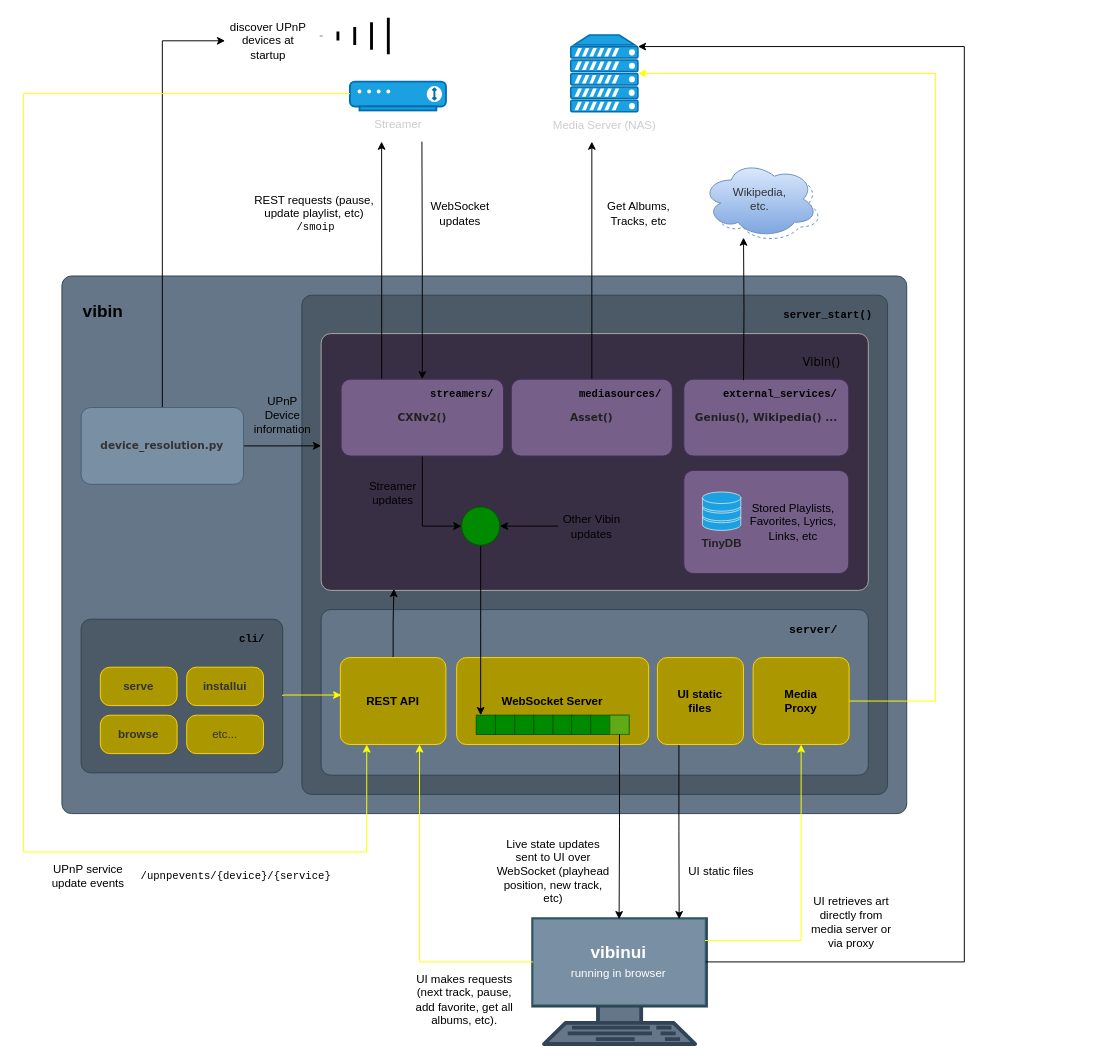
Earlier version of the draw.io diagram media/vibin_architecture.drawio (mjoblin/vibin). Source tidied: cells renumbered, new cells numbered last; positions are measured from the earlier drawing's top-left corner, leaving out a move shared by most shapes. Both pictures are drawn from the tidied source at 96%, with x=0, y=0 at pixel (23, 16).
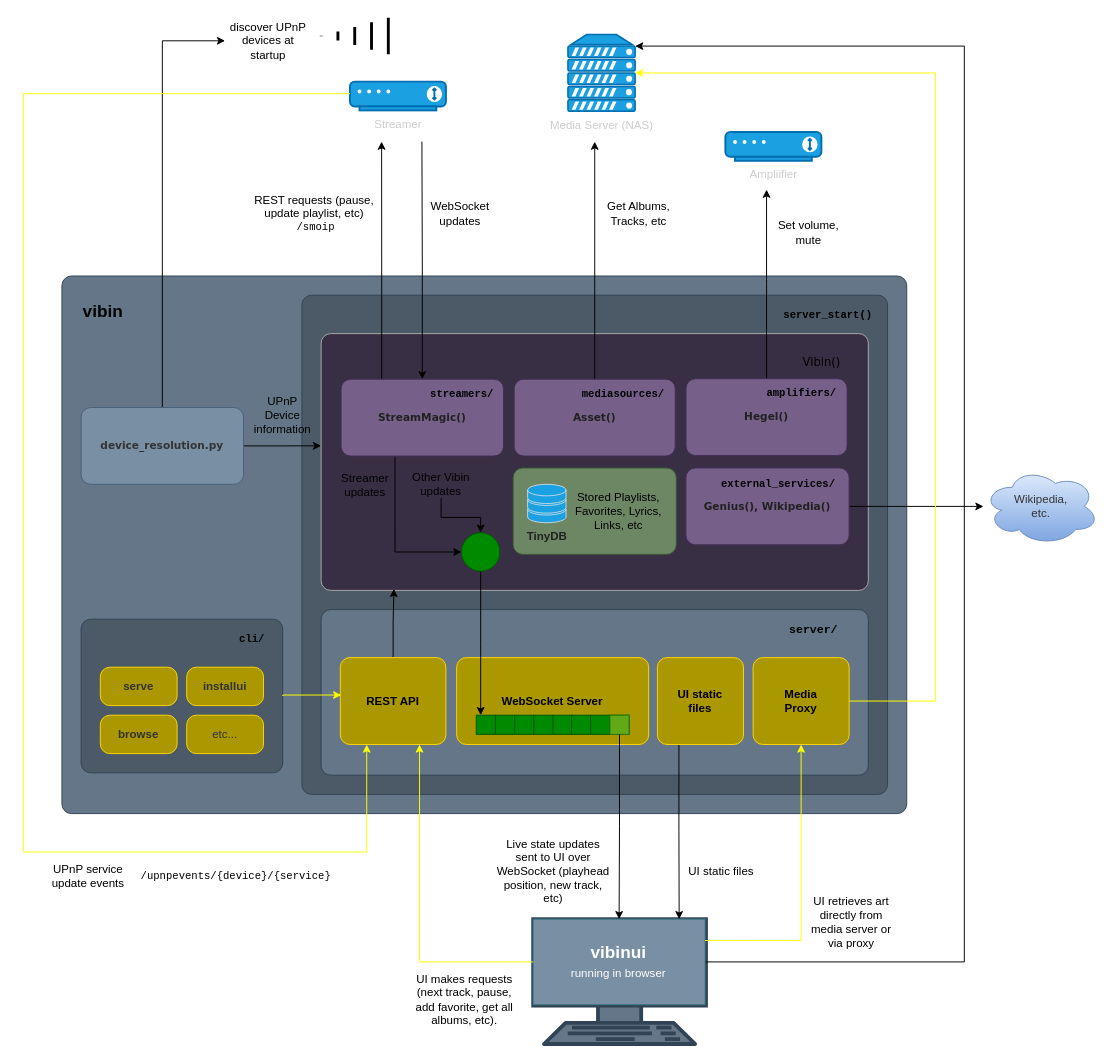
Above is the later version.

What changed in the source:
```diff
@@
-    <mxCell id="5" style="ellipse;shape=cloud;whiteSpace=wrap;html=1;fillColor=none;strokeColor=#6c8ebf;gradientColor=#7ea6e0;dashed=1;" parent="1" vertex="1">
-      <mxGeometry x="712.2" y="155" width="120" height="80" as="geometry" />
-    </mxCell>
@@
     <mxCell id="11" value="&lt;font color=&quot;#cccccc&quot;&gt;Media Server (NAS)&lt;/font&gt;" style="fontColor=#ffffff;verticalAlign=top;verticalLabelPosition=bottom;labelPosition=center;align=center;html=1;outlineConnect=0;fillColor=#1ba1e2;strokeColor=#006EAF;gradientDirection=north;strokeWidth=2;shape=mxgraph.networks.server;" parent="1" vertex="1">
-      <mxGeometry x="570" y="19" width="70" height="80" as="geometry" />
+      <mxGeometry x="567.1" y="18.5" width="70" height="80" as="geometry" />
     </mxCell>
@@
-    <mxCell id="16" style="edgeStyle=orthogonalEdgeStyle;rounded=0;jettySize=auto;html=1;exitX=0.5;exitY=1;exitDx=0;exitDy=0;entryX=0;entryY=0.5;entryDx=0;entryDy=0;" parent="1" edge="1" source="19" target="48">
+    <mxCell id="16" style="edgeStyle=orthogonalEdgeStyle;rounded=0;jettySize=auto;html=1;exitX=0.332;exitY=1.006;exitDx=0;exitDy=0;entryX=0;entryY=0.5;entryDx=0;entryDy=0;exitPerimeter=0;" parent="1" edge="1" source="19" target="48">
       <mxGeometry relative="1" as="geometry" />
     </mxCell>
@@
-    <mxCell id="19" value="&lt;font color=&quot;#212121&quot; face=&quot;Verdana&quot; style=&quot;font-size: 11px;&quot;&gt;&lt;b style=&quot;&quot;&gt;CXNv2()&lt;/b&gt;&lt;/font&gt;" style="rounded=1;whiteSpace=wrap;html=1;absoluteArcSize=1;fillColor=#76608a;strokeColor=#432D57;fontColor=#ffffff;" parent="1" vertex="1">
+    <mxCell id="19" value="&lt;font color=&quot;#212121&quot; face=&quot;Verdana&quot; style=&quot;font-size: 11px;&quot;&gt;&lt;b style=&quot;&quot;&gt;StreamMagic()&lt;/b&gt;&lt;/font&gt;" style="rounded=1;whiteSpace=wrap;html=1;absoluteArcSize=1;fillColor=#76608a;strokeColor=#432D57;fontColor=#ffffff;" parent="1" vertex="1">
       <mxGeometry x="330.8" y="377.5" width="169.2" height="80" as="geometry" />
     </mxCell>
-    <mxCell id="20" style="edgeStyle=orthogonalEdgeStyle;rounded=0;jettySize=auto;html=1;exitX=0.5;exitY=0;exitDx=0;exitDy=0;" parent="1" edge="1" source="21">
-      <mxGeometry relative="1" as="geometry">
-        <mxPoint x="592" y="130" as="targetPoint" />
-      </mxGeometry>
-    </mxCell>
+    <mxCell id="80" style="edgeStyle=orthogonalEdgeStyle;rounded=0;jettySize=auto;html=1;exitX=0.5;exitY=0;exitDx=0;exitDy=0;" parent="1" edge="1" source="21">
+      <mxGeometry relative="1" as="geometry">
+        <mxPoint x="595" y="130" as="targetPoint" />
+      </mxGeometry>
+    </mxCell>
     <mxCell id="21" value="&lt;font color=&quot;#212121&quot; face=&quot;Verdana&quot; style=&quot;font-size: 11px;&quot;&gt;&lt;b style=&quot;&quot;&gt;Asset()&lt;/b&gt;&lt;/font&gt;" style="rounded=1;whiteSpace=wrap;html=1;absoluteArcSize=1;fillColor=#76608a;strokeColor=#432D57;fontColor=#ffffff;" parent="1" vertex="1">
-      <mxGeometry x="508.1" y="377.5" width="167.8" height="80" as="geometry" />
+      <mxGeometry x="511.1" y="377.5" width="167.8" height="80" as="geometry" />
     </mxCell>
     <mxCell id="22" value="&lt;font color=&quot;#333333&quot;&gt;Wikipedia,&lt;br&gt;etc.&lt;br&gt;&lt;/font&gt;" style="ellipse;shape=cloud;whiteSpace=wrap;html=1;fillColor=#dae8fc;strokeColor=#6c8ebf;gradientColor=#7ea6e0;" parent="1" vertex="1">
-      <mxGeometry x="707.2" y="150" width="120" height="80" as="geometry" />
+      <mxGeometry x="1000" y="470" width="120" height="80" as="geometry" />
     </mxCell>
@@
+    <mxCell id="81" style="edgeStyle=orthogonalEdgeStyle;rounded=0;jettySize=auto;html=1;exitX=1;exitY=0.5;exitDx=0;exitDy=0;" parent="1" edge="1" source="28" target="22">
+      <mxGeometry relative="1" as="geometry" />
+    </mxCell>
-    <mxCell id="28" value="&lt;font color=&quot;#212121&quot; face=&quot;Verdana&quot; style=&quot;font-size: 11px;&quot;&gt;&lt;b style=&quot;&quot;&gt;Genius(), Wikipedia() ...&lt;/b&gt;&lt;/font&gt;" style="rounded=1;whiteSpace=wrap;html=1;absoluteArcSize=1;fillColor=#76608a;strokeColor=#432D57;fontColor=#ffffff;" parent="1" vertex="1">
-      <mxGeometry x="687.8" y="377.5" width="171.8" height="80" as="geometry" />
+    <mxCell id="28" value="&lt;font color=&quot;#212121&quot; face=&quot;Verdana&quot; style=&quot;font-size: 11px;&quot;&gt;&lt;b style=&quot;&quot;&gt;Genius(), Wikipedia()&lt;br&gt;&lt;/b&gt;&lt;/font&gt;" style="rounded=1;whiteSpace=wrap;html=1;absoluteArcSize=1;fillColor=#76608a;strokeColor=#432D57;fontColor=#ffffff;" parent="1" vertex="1">
+      <mxGeometry x="690" y="470" width="170" height="80" as="geometry" />
     </mxCell>
@@
     <mxCell id="35" value="&lt;b style=&quot;font-size: 11px;&quot;&gt;&lt;font face=&quot;Courier New&quot; style=&quot;font-size: 11px;&quot;&gt;mediasources/&lt;/font&gt;&lt;/b&gt;" style="text;html=1;strokeColor=none;fillColor=none;align=left;verticalAlign=middle;whiteSpace=wrap;rounded=0;fontSize=11;" parent="1" vertex="1">
-      <mxGeometry x="577" y="384" width="90" height="20" as="geometry" />
+      <mxGeometry x="580" y="384" width="90" height="20" as="geometry" />
     </mxCell>
     <mxCell id="36" value="&lt;b style=&quot;font-size: 11px;&quot;&gt;&lt;font face=&quot;Courier New&quot; style=&quot;font-size: 11px;&quot;&gt;external_services/&lt;/font&gt;&lt;/b&gt;" style="text;html=1;strokeColor=none;fillColor=none;align=left;verticalAlign=middle;whiteSpace=wrap;rounded=0;fontSize=11;" parent="1" vertex="1">
-      <mxGeometry x="727" y="384" width="120" height="20" as="geometry" />
+      <mxGeometry x="725.1" y="476.5" width="120" height="20" as="geometry" />
     </mxCell>
@@
     <mxCell id="48" style="ellipse;whiteSpace=wrap;html=1;fillColor=#008a00;fontColor=#ffffff;strokeColor=#005700;" parent="1" vertex="1">
-      <mxGeometry x="456.2" y="510.5" width="40" height="40" as="geometry" />
+      <mxGeometry x="456.2" y="537.5" width="40" height="40" as="geometry" />
     </mxCell>
@@
     <mxCell id="70" value="Streamer&lt;br&gt;updates" style="text;html=1;strokeColor=none;fillColor=none;align=center;verticalAlign=middle;whiteSpace=wrap;rounded=0;" parent="1" vertex="1">
-      <mxGeometry x="355" y="480.5" width="60" height="30" as="geometry" />
+      <mxGeometry x="326" y="473" width="60" height="30" as="geometry" />
     </mxCell>
-    <mxCell id="71" style="edgeStyle=orthogonalEdgeStyle;rounded=0;jettySize=auto;html=1;exitX=0;exitY=0.5;exitDx=0;exitDy=0;entryX=1;entryY=0.5;entryDx=0;entryDy=0;" parent="1" edge="1" source="72" target="48">
+    <mxCell id="71" style="edgeStyle=orthogonalEdgeStyle;rounded=0;jettySize=auto;html=1;exitX=0.5;exitY=1;exitDx=0;exitDy=0;entryX=0.5;entryY=0;entryDx=0;entryDy=0;" parent="1" edge="1" source="72" target="48">
       <mxGeometry relative="1" as="geometry" />
     </mxCell>
     <mxCell id="72" value="Other Vibin&lt;br&gt;updates" style="text;html=1;strokeColor=none;fillColor=none;align=center;verticalAlign=middle;whiteSpace=wrap;rounded=0;" parent="1" vertex="1">
-      <mxGeometry x="557" y="515.5" width="70" height="30" as="geometry" />
+      <mxGeometry x="400" y="471.5" width="70" height="30" as="geometry" />
     </mxCell>
@@
-    <mxCell id="75" style="rounded=1;whiteSpace=wrap;html=1;absoluteArcSize=1;fillColor=#76608a;strokeColor=#432D57;fontColor=#ffffff;" parent="1" vertex="1">
-      <mxGeometry x="687.8" y="472.5" width="171.8" height="107.5" as="geometry" />
+    <mxCell id="75" style="rounded=1;whiteSpace=wrap;html=1;absoluteArcSize=1;fillColor=#6d8764;strokeColor=#3A5431;fontColor=#ffffff;" parent="1" vertex="1">
+      <mxGeometry x="510" y="470" width="170" height="90" as="geometry" />
     </mxCell>
     <mxCell id="76" value="&lt;font color=&quot;#212121&quot;&gt;&lt;b&gt;TinyDB&lt;/b&gt;&lt;/font&gt;" style="fontColor=#E6E6E6;verticalAlign=top;verticalLabelPosition=bottom;labelPosition=center;align=center;html=1;fillColor=#1BA1E2;strokeColor=#E6E6E6;gradientColor=none;gradientDirection=north;strokeWidth=2;shape=mxgraph.networks.storage;" parent="1" vertex="1">
-      <mxGeometry x="707.2" y="495" width="40" height="40" as="geometry" />
+      <mxGeometry x="525.1" y="487" width="40" height="40" as="geometry" />
     </mxCell>
     <mxCell id="77" value="Stored Playlists, Favorites, Lyrics, Links, etc" style="text;html=1;strokeColor=none;fillColor=none;align=center;verticalAlign=middle;whiteSpace=wrap;rounded=0;" parent="1" vertex="1">
-      <mxGeometry x="747.2" y="501.2" width="110" height="50" as="geometry" />
+      <mxGeometry x="565.1" y="489.5" width="110" height="50" as="geometry" />
     </mxCell>
-    <mxCell id="78" style="edgeStyle=orthogonalEdgeStyle;rounded=0;jettySize=auto;html=1;entryX=0.362;entryY=0.013;entryDx=0;entryDy=0;entryPerimeter=0;startArrow=classic;startFill=1;endArrow=none;endFill=0;" parent="1" edge="1" target="28">
-      <mxGeometry relative="1" as="geometry">
-        <mxPoint x="750" y="230" as="sourcePoint" />
-      </mxGeometry>
-    </mxCell>
@@
+    <mxCell id="82" style="edgeStyle=orthogonalEdgeStyle;rounded=0;jettySize=auto;html=1;exitX=0.5;exitY=0;exitDx=0;exitDy=0;" parent="1" edge="1" source="83">
+      <mxGeometry relative="1" as="geometry">
+        <mxPoint x="774" y="180" as="targetPoint" />
+      </mxGeometry>
+    </mxCell>
+    <mxCell id="83" value="&lt;font color=&quot;#212121&quot; face=&quot;Verdana&quot; style=&quot;font-size: 11px;&quot;&gt;&lt;b style=&quot;&quot;&gt;Hegel()&lt;/b&gt;&lt;/font&gt;" style="rounded=1;whiteSpace=wrap;html=1;absoluteArcSize=1;fillColor=#76608a;strokeColor=#432D57;fontColor=#ffffff;" parent="1" vertex="1">
+      <mxGeometry x="690.1" y="377" width="167.8" height="80" as="geometry" />
+    </mxCell>
+    <mxCell id="84" value="&lt;b style=&quot;font-size: 11px;&quot;&gt;&lt;font face=&quot;Courier New&quot; style=&quot;font-size: 11px;&quot;&gt;amplifiers/&lt;/font&gt;&lt;/b&gt;" style="text;html=1;strokeColor=none;fillColor=none;align=right;verticalAlign=middle;whiteSpace=wrap;rounded=0;fontSize=11;" parent="1" vertex="1">
+      <mxGeometry x="759" y="381.5" width="90" height="20" as="geometry" />
+    </mxCell>
+    <mxCell id="85" value="&lt;font color=&quot;#cccccc&quot;&gt;Ampliifier&lt;/font&gt;" style="fontColor=#ffffff;verticalAlign=top;verticalLabelPosition=bottom;labelPosition=center;align=center;html=1;fillColor=#1ba1e2;strokeColor=#006EAF;gradientDirection=north;strokeWidth=2;shape=mxgraph.networks.modem;" parent="1" vertex="1">
+      <mxGeometry x="731.1" y="120" width="100" height="30" as="geometry" />
+    </mxCell>
+    <mxCell id="86" value="Set volume, mute" style="text;html=1;strokeColor=none;fillColor=none;align=center;verticalAlign=middle;whiteSpace=wrap;rounded=0;" parent="1" vertex="1">
+      <mxGeometry x="783.3" y="210" width="69.7" height="30" as="geometry" />
+    </mxCell>
```
